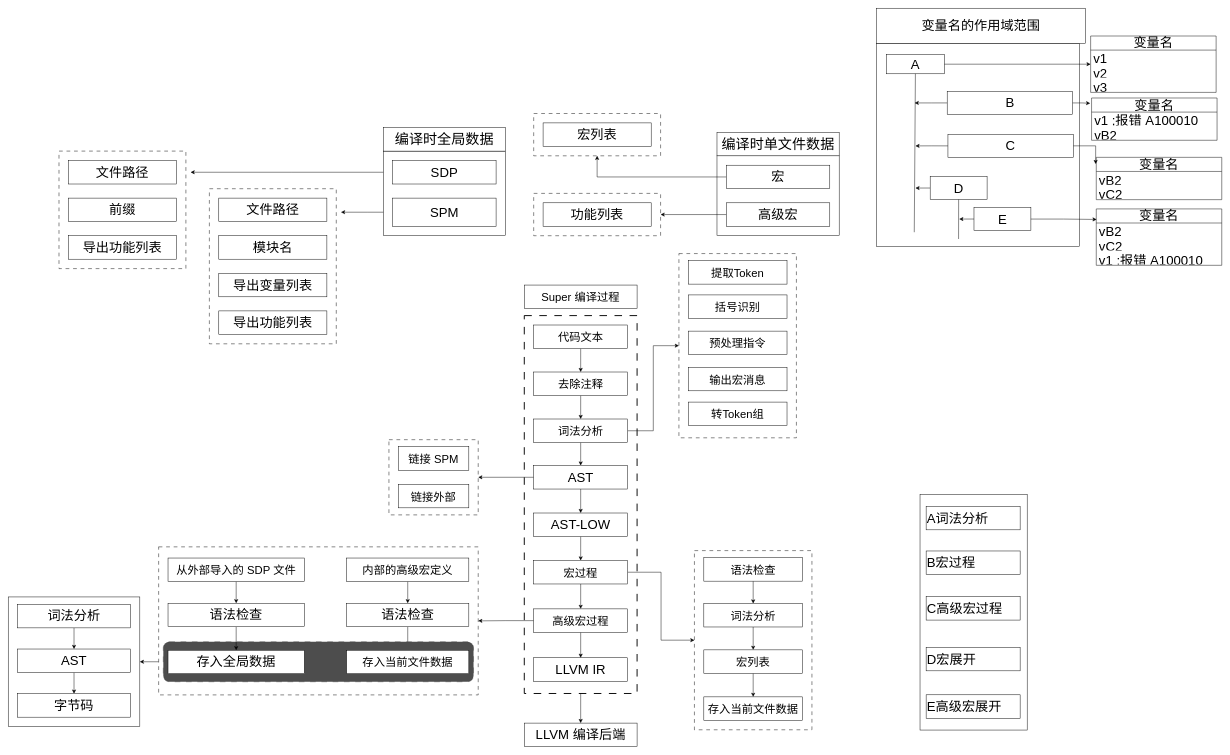
Earlier version of the draw.io diagram Doc/编译/编译过程.drawio (SQJM/Super-Language). Source tidied: cells renumbered, new cells numbered last; positions are measured from the earlier drawing's top-left corner, leaving out a move shared by most shapes. Both pictures are drawn from the tidied source at 47%, with x=0, y=0 at pixel (8, 8).
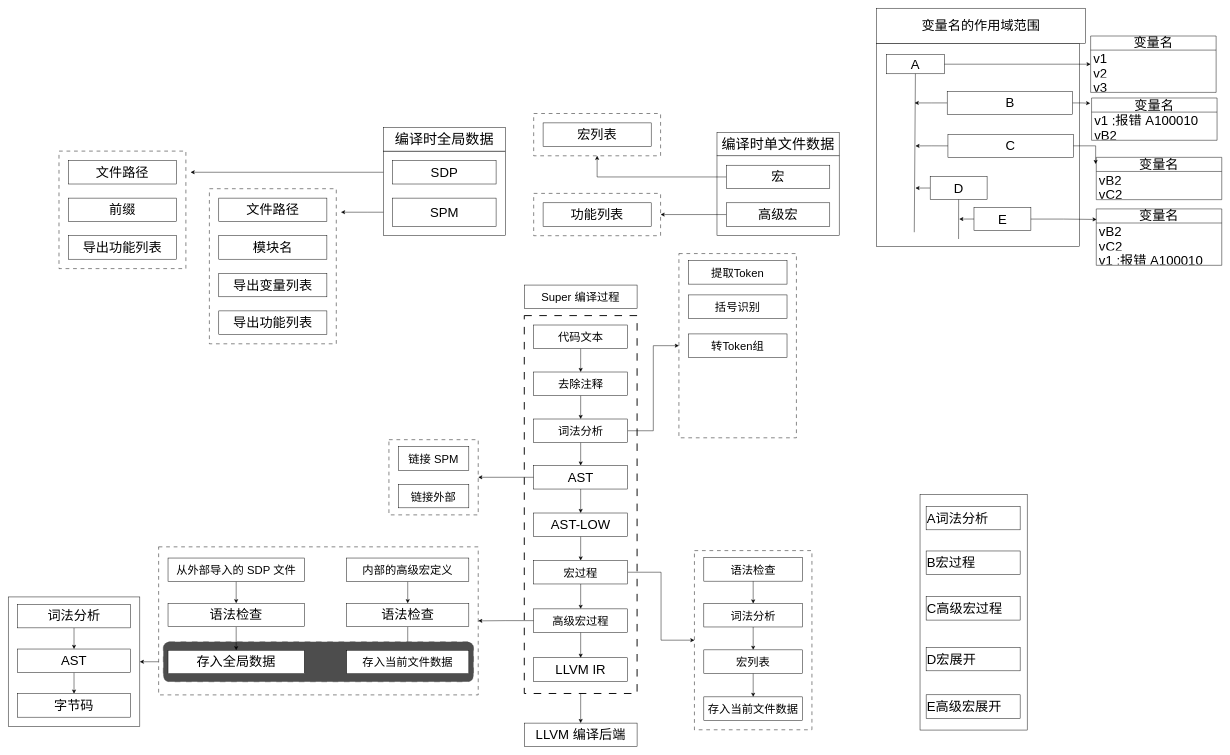
After the change.

The edit, as a diff of the source:
```diff
@@
-    <mxCell id="95" value="&lt;span style=&quot;font-size: 24px;&quot;&gt;预处理指令&lt;/span&gt;" style="html=1;whiteSpace=wrap;fontSize=28;" parent="1" vertex="1">
-      <mxGeometry x="1447" y="687" width="210" height="50" as="geometry" />
-    </mxCell>
@@
-    <mxCell id="132" value="&lt;span style=&quot;font-size: 24px;&quot;&gt;输出宏消息&lt;/span&gt;" style="html=1;whiteSpace=wrap;fontSize=28;" parent="1" vertex="1">
-      <mxGeometry x="1447" y="764" width="210" height="50" as="geometry" />
-    </mxCell>
@@
     <mxCell id="134" value="&lt;span style=&quot;font-size: 24px;&quot;&gt;转Token组&lt;/span&gt;" style="html=1;whiteSpace=wrap;fontSize=28;" parent="1" vertex="1">
-      <mxGeometry x="1447" y="838" width="210" height="50" as="geometry" />
+      <mxGeometry x="1447" y="693" width="210" height="50" as="geometry" />
     </mxCell>
```
